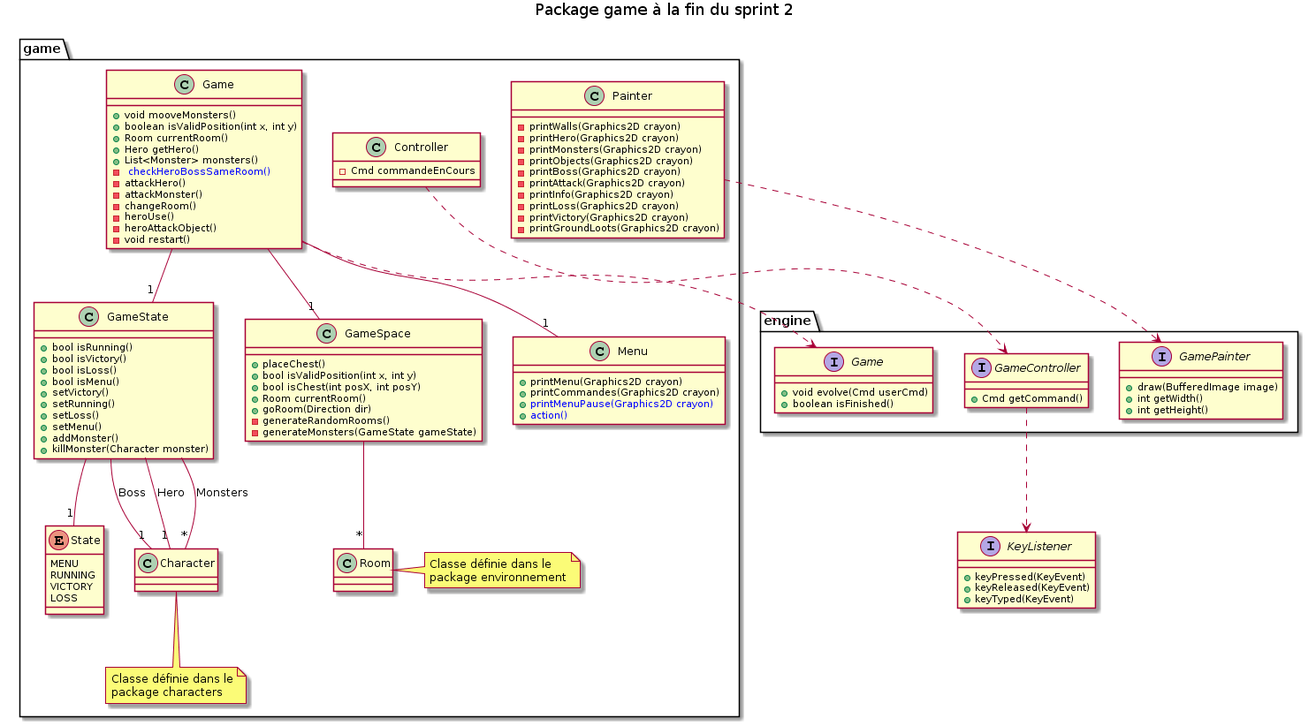
Earlier version of the PlantUML export diagrammes/game/package_game_fin_sprint3.png (simonh88/ACL2017_LaraClette). Its diagram source:
```plantuml
@startuml
title Package game à la fin du sprint 2

interface KeyListener {
    + keyPressed(KeyEvent)
    + keyReleased(KeyEvent)
    + keyTyped(KeyEvent)
}



package engine {


    interface GameController {
        + Cmd getCommand()
    }
    GameController ..> KeyListener




    interface GamePainter {
        + draw(BufferedImage image)
        + int getWidth()
        + int getHeight()
    }


    interface engine.Game {
        + void evolve(Cmd userCmd)
        + boolean isFinished()
    }
}









package game {


    class Controller {
        - Cmd commandeEnCours
    }
    Controller ..> GameController












    class Painter {
        - printWalls(Graphics2D crayon)
        - printHero(Graphics2D crayon)
        - printMonsters(Graphics2D crayon)
        - printObjects(Graphics2D crayon)
        - printBoss(Graphics2D crayon)
        - printAttack(Graphics2D crayon)
        - printInfo(Graphics2D crayon)
        - printLoss(Graphics2D crayon)
        - printVictory(Graphics2D crayon)
        - printGroundLoots(Graphics2D crayon)
    }
    Painter ..> GamePainter















    enum State {
        MENU
        RUNNING
        VICTORY
        LOSS
    }

    GameState --"1" Character : Hero
    GameState --"*" Character : Monsters
    GameState --"1" Character : Boss

    GameState --"1" State

    note bottom of Character : Classe définie dans le\npackage characters

    class GameState {
        + bool isRunning()
        + bool isVictory()
        + bool isLoss()
        + bool isMenu()
        + setVictory()
        + setRunning()
        + setLoss()
        + setMenu()
        + addMonster()
        + killMonster(Character monster)
    }












    class GameSpace {
        + placeChest()
        + bool isValidPosition(int x, int y)
        + bool isChest(int posX, int posY)
        + Room currentRoom()
        + goRoom(Direction dir)
        - generateRandomRooms()
        - generateMonsters(GameState gameState)
    }
    GameSpace --"*" Room
    note right of Room : Classe définie dans le\npackage environnement











    Game --"1" GameSpace
    Game --"1" GameState
    Game --"1" Menu
    class Game {
        + void mooveMonsters()
        + boolean isValidPosition(int x, int y)
        + Room currentRoom()
        + Hero getHero()
        + List<Monster> monsters()
        - <color:blue> checkHeroBossSameRoom() </color>
        - attackHero()
        - attackMonster()
        - changeRoom()
        - heroUse()
        - heroAttackObject()
        - void restart()
    }

    Game ..> engine.Game












    class Menu {
        + printMenu(Graphics2D crayon)
        + printCommandes(Graphics2D crayon)
        + <color:blue>printMenuPause(Graphics2D crayon) </color>
        + <color:blue>action() </color>
    }
}
@enduml
```
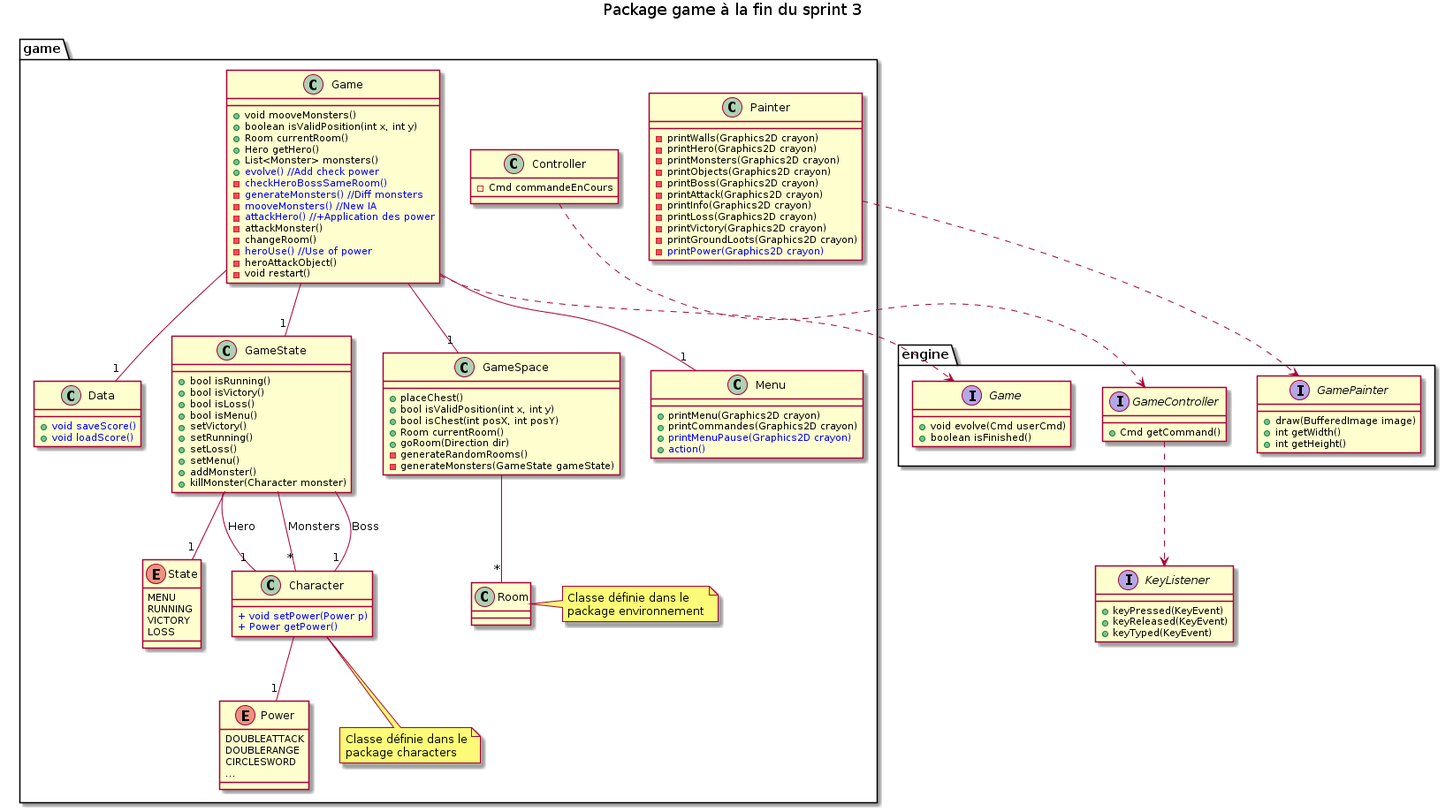
The same diagram one commit later.

Commit message:
Prépa sprint3

The edit, as a diff of the source:
```diff
@@ -1,5 +1,5 @@
 @startuml
-title Package game à la fin du sprint 2
+title Package game à la fin du sprint 3
 
 interface KeyListener {
     + keyPressed(KeyEvent)
@@ -71,6 +71,7 @@
         - printLoss(Graphics2D crayon)
         - printVictory(Graphics2D crayon)
         - printGroundLoots(Graphics2D crayon)
+        - <color:blue>printPower(Graphics2D crayon)</color>
     }
     Painter ..> GamePainter
 
@@ -79,7 +80,19 @@
 
 
 
+    class Character {
+        <color:blue>+ void setPower(Power p)</color>
+        <color:blue>+ Power getPower()</color>
+    }
 
+
+    enum Power {
+        DOUBLEATTACK
+        DOUBLERANGE
+        CIRCLESWORD
+        ...
+    }
+    Character --"1" Power
 
 
 
@@ -152,19 +165,29 @@
     Game --"1" GameSpace
     Game --"1" GameState
     Game --"1" Menu
+    Game --"1" Data
     class Game {
         + void mooveMonsters()
         + boolean isValidPosition(int x, int y)
         + Room currentRoom()
         + Hero getHero()
         + List<Monster> monsters()
-        - <color:blue> checkHeroBossSameRoom() </color>
-        - attackHero()
+        + <color:blue>evolve() //Add check power </color>
+        - <color:blue>checkHeroBossSameRoom() </color>
+        - <color:blue>generateMonsters() //Diff monsters</color>
+        - <color:blue>mooveMonsters() //New IA </color>
+        - <color:blue>attackHero() //+Application des power</color>
         - attackMonster()
         - changeRoom()
-        - heroUse()
+        - <color:blue>heroUse() //Use of power</color>
         - heroAttackObject()
         - void restart()
+    }
+
+    class Data {
+        + <color:blue>void saveScore()</color>
+        + <color:blue>void loadScore()</color>
+
     }
 
     Game ..> engine.Game
```
